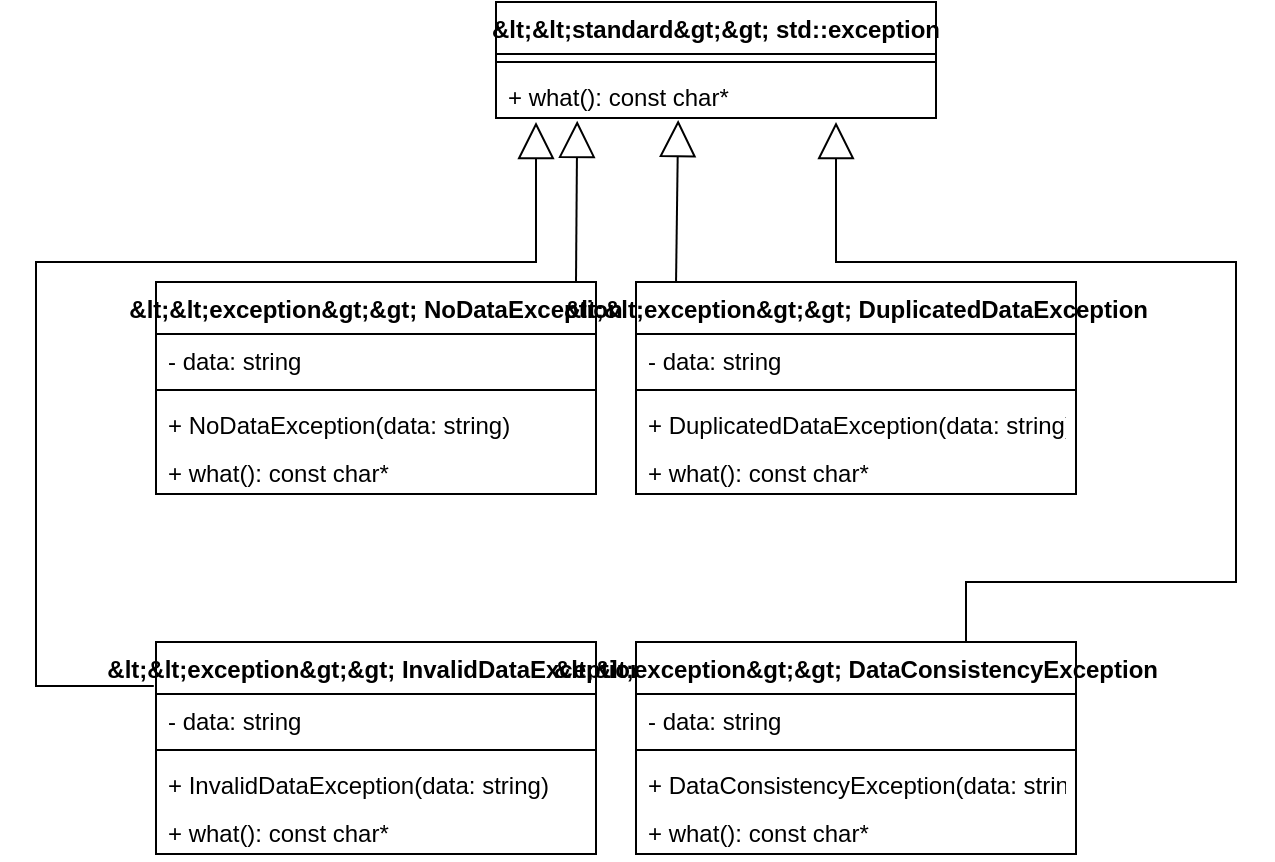
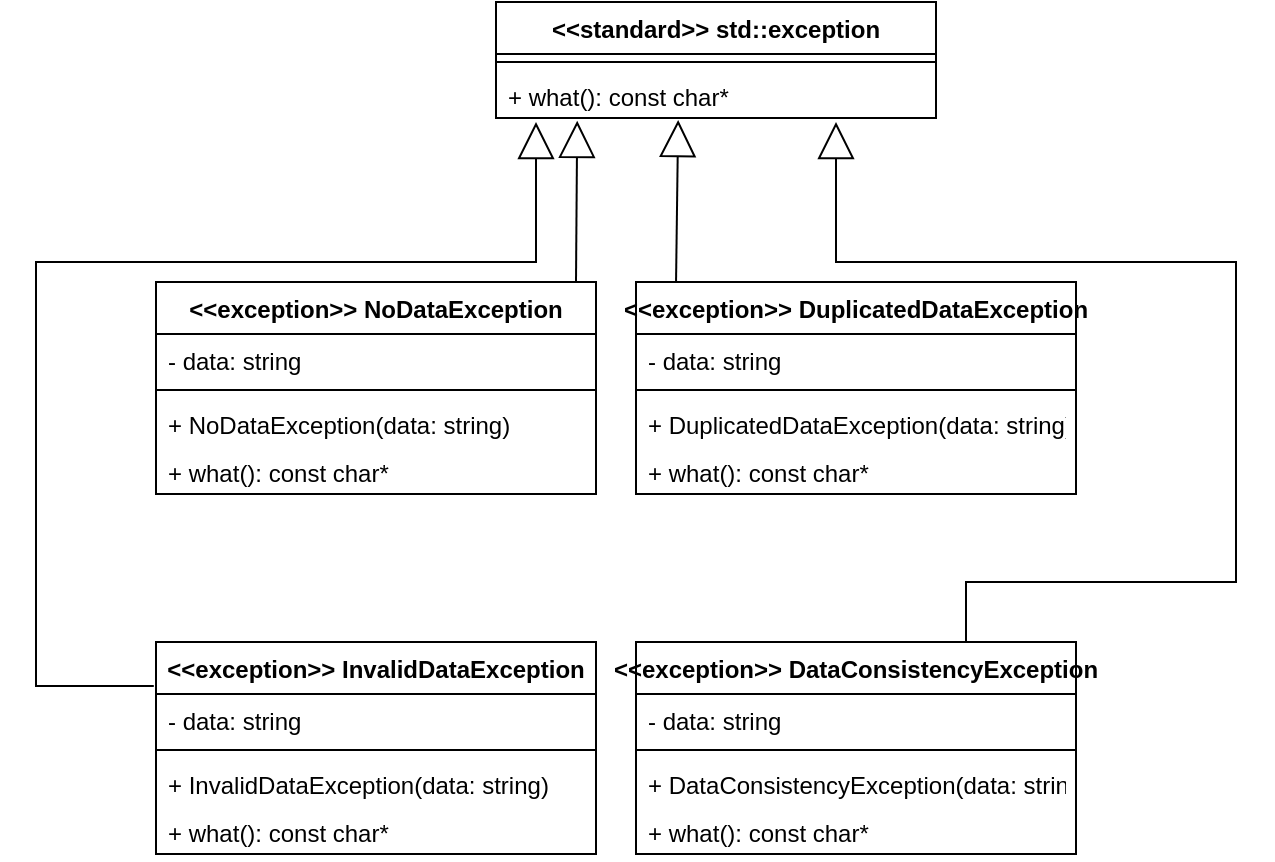
<?xml version='1.0' encoding='utf-8'?>
<mxfile host="app.diagrams.net">
  <diagram id="ExceptionsDCD" name="Exceptions Class Diagram">
    <mxGraphModel dx="1408" dy="441" grid="1" gridSize="10" guides="1" tooltips="1" connect="1" arrows="1" fold="1" page="1" pageScale="1" pageWidth="600" pageHeight="500" math="0" shadow="0">
      <root>
        <mxCell id="0" />
        <mxCell id="1" parent="0" />
-         <mxCell id="cls_exception" parent="1" style="swimlane;fontStyle=1;align=center;verticalAlign=top;childLayout=stackLayout;horizontal=1;startSize=26;horizontalStack=0;resizeParent=1;resizeLast=0;collapsible=1;marginBottom=0;rounded=0;shadow=0;strokeWidth=1;" value="&amp;lt;&amp;lt;standard&amp;gt;&amp;gt; std::exception" vertex="1">
+         <mxCell id="cls_exception" parent="1" style="swimlane;fontStyle=1;align=center;verticalAlign=top;childLayout=stackLayout;horizontal=1;startSize=26;horizontalStack=0;resizeParent=1;resizeLast=0;collapsible=1;marginBottom=0;rounded=0;shadow=0;strokeWidth=1;" value="&lt;&lt;standard&gt;&gt; std::exception" vertex="1">
          <mxGeometry height="58" width="220" x="190" y="30" as="geometry" />
        </mxCell>
        <mxCell id="cls_exception_sep" parent="cls_exception" style="line;html=1;strokeWidth=1;align=left;verticalAlign=middle;spacingTop=-1;spacingLeft=3;spacingRight=3;rotatable=0;labelPosition=right;points=[];portConstraint=eastwest;" value="" vertex="1">
          <mxGeometry height="8" width="220" y="26" as="geometry" />
        </mxCell>
        <mxCell id="cls_exception_m_0" parent="cls_exception" style="text;align=left;verticalAlign=top;spacingLeft=4;spacingRight=4;overflow=hidden;rotatable=0;points=[[0,0.5],[1,0.5]];portConstraint=eastwest;rounded=0;shadow=0;html=0;" value="+ what(): const char*" vertex="1">
          <mxGeometry height="24" width="220" y="34" as="geometry" />
        </mxCell>
-         <mxCell id="cls_nodata" parent="1" style="swimlane;fontStyle=1;align=center;verticalAlign=top;childLayout=stackLayout;horizontal=1;startSize=26;horizontalStack=0;resizeParent=1;resizeLast=0;collapsible=1;marginBottom=0;rounded=0;shadow=0;strokeWidth=1;" value="&amp;lt;&amp;lt;exception&amp;gt;&amp;gt; NoDataException" vertex="1">
+         <mxCell id="cls_nodata" parent="1" style="swimlane;fontStyle=1;align=center;verticalAlign=top;childLayout=stackLayout;horizontal=1;startSize=26;horizontalStack=0;resizeParent=1;resizeLast=0;collapsible=1;marginBottom=0;rounded=0;shadow=0;strokeWidth=1;" value="&lt;&lt;exception&gt;&gt; NoDataException" vertex="1">
          <mxGeometry height="106" width="220" x="20" y="170" as="geometry" />
        </mxCell>
        <mxCell id="cls_nodata_a_0" parent="cls_nodata" style="text;align=left;verticalAlign=top;spacingLeft=4;spacingRight=4;overflow=hidden;rotatable=0;points=[[0,0.5],[1,0.5]];portConstraint=eastwest;rounded=0;shadow=0;html=0;" value="- data: string" vertex="1">
          <mxGeometry height="24" width="220" y="26" as="geometry" />
        </mxCell>
        <mxCell id="cls_nodata_sep" parent="cls_nodata" style="line;html=1;strokeWidth=1;align=left;verticalAlign=middle;spacingTop=-1;spacingLeft=3;spacingRight=3;rotatable=0;labelPosition=right;points=[];portConstraint=eastwest;" value="" vertex="1">
          <mxGeometry height="8" width="220" y="50" as="geometry" />
        </mxCell>
        <mxCell id="cls_nodata_m_0" parent="cls_nodata" style="text;align=left;verticalAlign=top;spacingLeft=4;spacingRight=4;overflow=hidden;rotatable=0;points=[[0,0.5],[1,0.5]];portConstraint=eastwest;rounded=0;shadow=0;html=0;" value="+ NoDataException(data: string)" vertex="1">
          <mxGeometry height="24" width="220" y="58" as="geometry" />
        </mxCell>
        <mxCell id="cls_nodata_m_1" parent="cls_nodata" style="text;align=left;verticalAlign=top;spacingLeft=4;spacingRight=4;overflow=hidden;rotatable=0;points=[[0,0.5],[1,0.5]];portConstraint=eastwest;rounded=0;shadow=0;html=0;" value="+ what(): const char*" vertex="1">
          <mxGeometry height="24" width="220" y="82" as="geometry" />
        </mxCell>
-         <mxCell id="cls_dup" parent="1" style="swimlane;fontStyle=1;align=center;verticalAlign=top;childLayout=stackLayout;horizontal=1;startSize=26;horizontalStack=0;resizeParent=1;resizeLast=0;collapsible=1;marginBottom=0;rounded=0;shadow=0;strokeWidth=1;" value="&amp;lt;&amp;lt;exception&amp;gt;&amp;gt; DuplicatedDataException" vertex="1">
+         <mxCell id="cls_dup" parent="1" style="swimlane;fontStyle=1;align=center;verticalAlign=top;childLayout=stackLayout;horizontal=1;startSize=26;horizontalStack=0;resizeParent=1;resizeLast=0;collapsible=1;marginBottom=0;rounded=0;shadow=0;strokeWidth=1;" value="&lt;&lt;exception&gt;&gt; DuplicatedDataException" vertex="1">
          <mxGeometry height="106" width="220" x="260" y="170" as="geometry" />
        </mxCell>
        <mxCell id="cls_dup_a_0" parent="cls_dup" style="text;align=left;verticalAlign=top;spacingLeft=4;spacingRight=4;overflow=hidden;rotatable=0;points=[[0,0.5],[1,0.5]];portConstraint=eastwest;rounded=0;shadow=0;html=0;" value="- data: string" vertex="1">
          <mxGeometry height="24" width="220" y="26" as="geometry" />
        </mxCell>
        <mxCell id="cls_dup_sep" parent="cls_dup" style="line;html=1;strokeWidth=1;align=left;verticalAlign=middle;spacingTop=-1;spacingLeft=3;spacingRight=3;rotatable=0;labelPosition=right;points=[];portConstraint=eastwest;" value="" vertex="1">
          <mxGeometry height="8" width="220" y="50" as="geometry" />
        </mxCell>
        <mxCell id="cls_dup_m_0" parent="cls_dup" style="text;align=left;verticalAlign=top;spacingLeft=4;spacingRight=4;overflow=hidden;rotatable=0;points=[[0,0.5],[1,0.5]];portConstraint=eastwest;rounded=0;shadow=0;html=0;" value="+ DuplicatedDataException(data: string)" vertex="1">
          <mxGeometry height="24" width="220" y="58" as="geometry" />
        </mxCell>
        <mxCell id="cls_dup_m_1" parent="cls_dup" style="text;align=left;verticalAlign=top;spacingLeft=4;spacingRight=4;overflow=hidden;rotatable=0;points=[[0,0.5],[1,0.5]];portConstraint=eastwest;rounded=0;shadow=0;html=0;" value="+ what(): const char*" vertex="1">
          <mxGeometry height="24" width="220" y="82" as="geometry" />
        </mxCell>
-         <mxCell id="cls_inv" parent="1" style="swimlane;fontStyle=1;align=center;verticalAlign=top;childLayout=stackLayout;horizontal=1;startSize=26;horizontalStack=0;resizeParent=1;resizeLast=0;collapsible=1;marginBottom=0;rounded=0;shadow=0;strokeWidth=1;" value="&amp;lt;&amp;lt;exception&amp;gt;&amp;gt; InvalidDataException" vertex="1">
+         <mxCell id="cls_inv" parent="1" style="swimlane;fontStyle=1;align=center;verticalAlign=top;childLayout=stackLayout;horizontal=1;startSize=26;horizontalStack=0;resizeParent=1;resizeLast=0;collapsible=1;marginBottom=0;rounded=0;shadow=0;strokeWidth=1;" value="&lt;&lt;exception&gt;&gt; InvalidDataException" vertex="1">
          <mxGeometry height="106" width="220" x="20" y="350" as="geometry" />
        </mxCell>
        <mxCell id="cls_inv_a_0" parent="cls_inv" style="text;align=left;verticalAlign=top;spacingLeft=4;spacingRight=4;overflow=hidden;rotatable=0;points=[[0,0.5],[1,0.5]];portConstraint=eastwest;rounded=0;shadow=0;html=0;" value="- data: string" vertex="1">
          <mxGeometry height="24" width="220" y="26" as="geometry" />
        </mxCell>
        <mxCell id="cls_inv_sep" parent="cls_inv" style="line;html=1;strokeWidth=1;align=left;verticalAlign=middle;spacingTop=-1;spacingLeft=3;spacingRight=3;rotatable=0;labelPosition=right;points=[];portConstraint=eastwest;" value="" vertex="1">
          <mxGeometry height="8" width="220" y="50" as="geometry" />
        </mxCell>
        <mxCell id="cls_inv_m_0" parent="cls_inv" style="text;align=left;verticalAlign=top;spacingLeft=4;spacingRight=4;overflow=hidden;rotatable=0;points=[[0,0.5],[1,0.5]];portConstraint=eastwest;rounded=0;shadow=0;html=0;" value="+ InvalidDataException(data: string)" vertex="1">
          <mxGeometry height="24" width="220" y="58" as="geometry" />
        </mxCell>
        <mxCell id="cls_inv_m_1" parent="cls_inv" style="text;align=left;verticalAlign=top;spacingLeft=4;spacingRight=4;overflow=hidden;rotatable=0;points=[[0,0.5],[1,0.5]];portConstraint=eastwest;rounded=0;shadow=0;html=0;" value="+ what(): const char*" vertex="1">
          <mxGeometry height="24" width="220" y="82" as="geometry" />
        </mxCell>
-         <mxCell id="cls_cons" parent="1" style="swimlane;fontStyle=1;align=center;verticalAlign=top;childLayout=stackLayout;horizontal=1;startSize=26;horizontalStack=0;resizeParent=1;resizeLast=0;collapsible=1;marginBottom=0;rounded=0;shadow=0;strokeWidth=1;" value="&amp;lt;&amp;lt;exception&amp;gt;&amp;gt; DataConsistencyException" vertex="1">
+         <mxCell id="cls_cons" parent="1" style="swimlane;fontStyle=1;align=center;verticalAlign=top;childLayout=stackLayout;horizontal=1;startSize=26;horizontalStack=0;resizeParent=1;resizeLast=0;collapsible=1;marginBottom=0;rounded=0;shadow=0;strokeWidth=1;" value="&lt;&lt;exception&gt;&gt; DataConsistencyException" vertex="1">
          <mxGeometry height="106" width="220" x="260" y="350" as="geometry" />
        </mxCell>
        <mxCell id="cls_cons_a_0" parent="cls_cons" style="text;align=left;verticalAlign=top;spacingLeft=4;spacingRight=4;overflow=hidden;rotatable=0;points=[[0,0.5],[1,0.5]];portConstraint=eastwest;rounded=0;shadow=0;html=0;" value="- data: string" vertex="1">
          <mxGeometry height="24" width="220" y="26" as="geometry" />
        </mxCell>
        <mxCell id="cls_cons_sep" parent="cls_cons" style="line;html=1;strokeWidth=1;align=left;verticalAlign=middle;spacingTop=-1;spacingLeft=3;spacingRight=3;rotatable=0;labelPosition=right;points=[];portConstraint=eastwest;" value="" vertex="1">
          <mxGeometry height="8" width="220" y="50" as="geometry" />
        </mxCell>
        <mxCell id="cls_cons_m_0" parent="cls_cons" style="text;align=left;verticalAlign=top;spacingLeft=4;spacingRight=4;overflow=hidden;rotatable=0;points=[[0,0.5],[1,0.5]];portConstraint=eastwest;rounded=0;shadow=0;html=0;" value="+ DataConsistencyException(data: string)" vertex="1">
          <mxGeometry height="24" width="220" y="58" as="geometry" />
        </mxCell>
        <mxCell id="cls_cons_m_1" parent="cls_cons" style="text;align=left;verticalAlign=top;spacingLeft=4;spacingRight=4;overflow=hidden;rotatable=0;points=[[0,0.5],[1,0.5]];portConstraint=eastwest;rounded=0;shadow=0;html=0;" value="+ what(): const char*" vertex="1">
          <mxGeometry height="24" width="220" y="82" as="geometry" />
        </mxCell>
        <mxCell id="ObdwuGReP7OUQh_MaO1v-4" edge="1" parent="1" source="cls_dup" style="endArrow=block;endSize=16;endFill=0;html=1;rounded=0;exitX=0.091;exitY=0;exitDx=0;exitDy=0;exitPerimeter=0;entryX=0.414;entryY=1.043;entryDx=0;entryDy=0;entryPerimeter=0;" target="cls_exception_m_0" value="">
          <mxGeometry relative="1" width="160" x="0.0054" as="geometry">
            <mxPoint as="offset" />
            <mxPoint x="110" y="250" as="sourcePoint" />
            <mxPoint x="315" y="90" as="targetPoint" />
          </mxGeometry>
        </mxCell>
        <mxCell id="ObdwuGReP7OUQh_MaO1v-5" edge="1" parent="1" style="endArrow=block;endSize=16;endFill=0;html=1;rounded=0;exitX=0.888;exitY=-0.009;exitDx=0;exitDy=0;exitPerimeter=0;entryX=0.118;entryY=1.019;entryDx=0;entryDy=0;entryPerimeter=0;" value="">
          <mxGeometry relative="1" width="160" x="0.0068" as="geometry">
            <mxPoint as="offset" />
            <mxPoint x="230" y="169.99600000000004" as="sourcePoint" />
            <mxPoint x="230.60000000000002" y="89.40600000000002" as="targetPoint" />
          </mxGeometry>
        </mxCell>
        <mxCell id="ObdwuGReP7OUQh_MaO1v-6" edge="1" parent="1" source="cls_inv" style="endArrow=block;endSize=16;endFill=0;html=1;rounded=0;exitX=-0.005;exitY=0.207;exitDx=0;exitDy=0;exitPerimeter=0;" value="">
          <mxGeometry relative="1" width="160" as="geometry">
            <Array as="points">
              <mxPoint x="-40" y="372" />
              <mxPoint x="-40" y="160" />
              <mxPoint x="210" y="160" />
            </Array>
            <mxPoint x="120" y="170" as="sourcePoint" />
            <mxPoint x="210" y="90" as="targetPoint" />
          </mxGeometry>
        </mxCell>
        <mxCell id="ObdwuGReP7OUQh_MaO1v-7" edge="1" parent="1" source="cls_cons" style="endArrow=block;endSize=16;endFill=0;html=1;rounded=0;exitX=0.75;exitY=0;exitDx=0;exitDy=0;" value="">
          <mxGeometry relative="1" width="160" as="geometry">
            <Array as="points">
              <mxPoint x="425" y="320" />
              <mxPoint x="560" y="320" />
              <mxPoint x="560" y="160" />
              <mxPoint x="360" y="160" />
            </Array>
            <mxPoint x="210" y="250" as="sourcePoint" />
            <mxPoint x="360" y="90" as="targetPoint" />
          </mxGeometry>
        </mxCell>
      </root>
    </mxGraphModel>
  </diagram>
</mxfile>